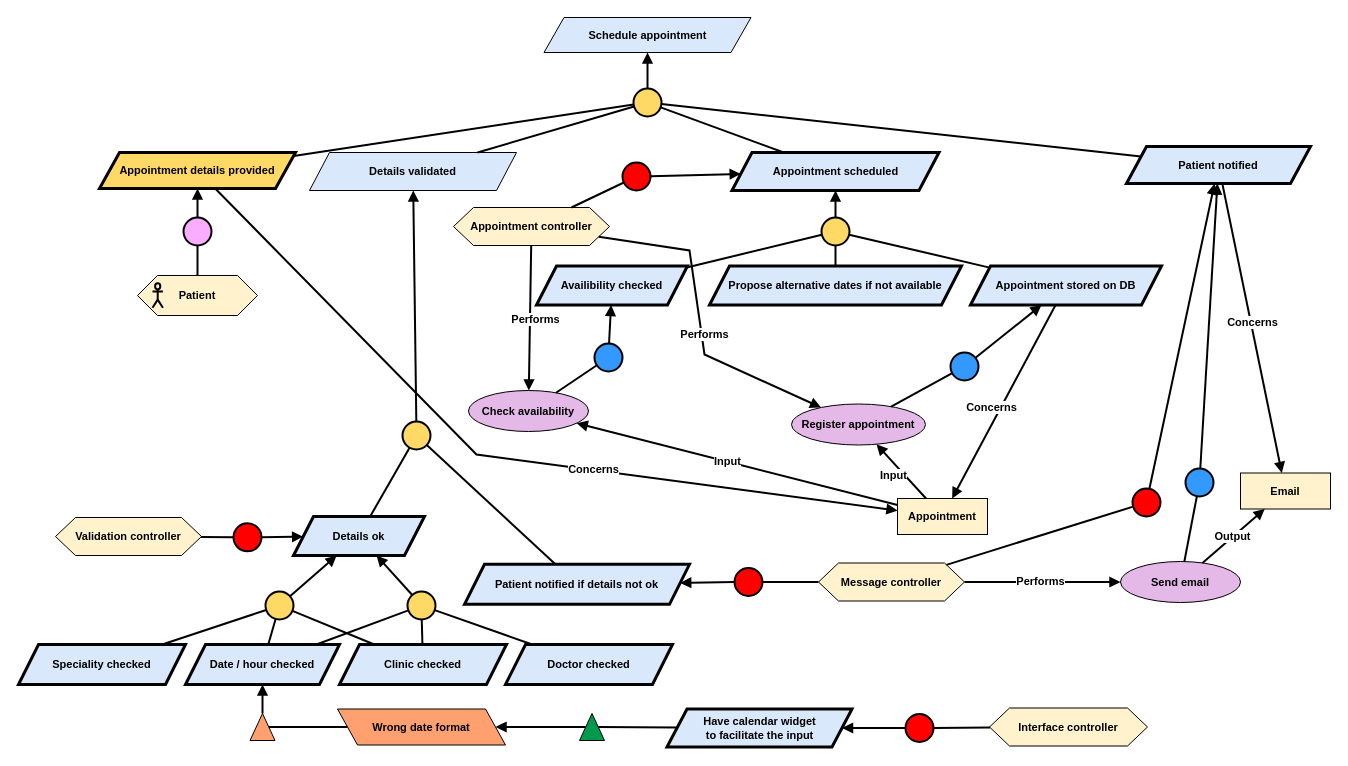
Before: Kaos/KAOS 3.drawio in RafaelCMira/myclinic-msp-project, a draw.io diagram. Source tidied: cells renumbered, new cells numbered last; positions are measured from the earlier drawing's top-left corner, leaving out a move shared by most shapes. Both pictures are drawn from the tidied source at 100%, with x=0, y=0 at pixel (18, 17).
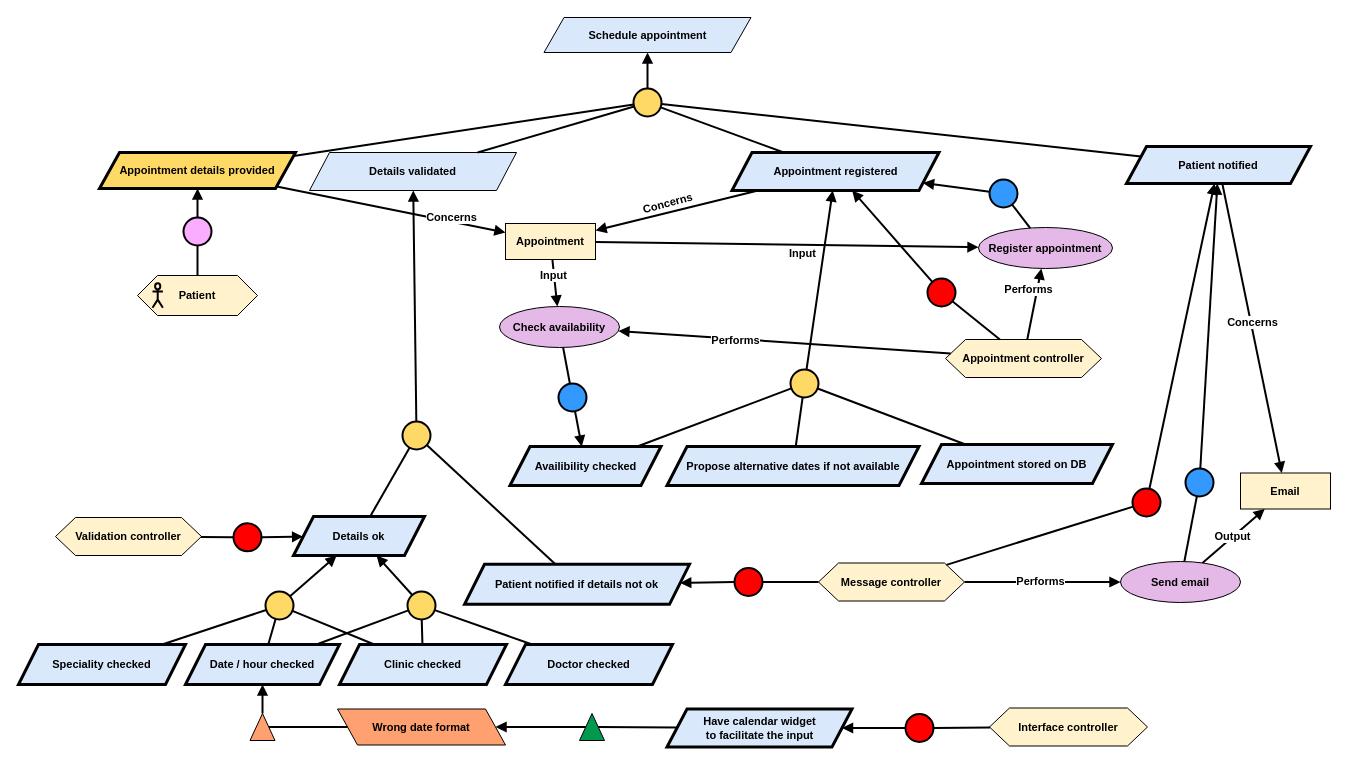
Above is the later version.

The change refers to these unchanged cells:
```xml
<mxCell id="15" value="&lt;b&gt;Appointment details provided&lt;/b&gt;" style="shape=parallelogram;perimeter=parallelogramPerimeter;whiteSpace=wrap;html=1;fixedSize=1;fillColor=#FFD966;strokeColor=#000000;strokeWidth=3;fontFamily=Helvetica;fontSize=11;fontColor=default;labelBackgroundColor=none;" parent="1" vertex="1">
  <mxGeometry x="81" y="135" width="196" height="36" as="geometry" />
</mxCell>
<mxCell id="69" style="endArrow=block;html=1;rounded=0;endFill=1;strokeWidth=2;" parent="1" edge="1" source="54" target="68">
  <mxGeometry relative="1" as="geometry" />
</mxCell>
<mxCell id="72" style="endArrow=block;html=1;rounded=0;endFill=1;strokeWidth=2;" parent="1" edge="1" source="71" target="68">
  <mxGeometry relative="1" as="geometry" />
</mxCell>
```

What changed in the source:
```diff
@@
-    <mxCell id="49" value="&lt;b&gt;Appointment scheduled&lt;/b&gt;" style="shape=parallelogram;perimeter=parallelogramPerimeter;whiteSpace=wrap;html=1;fixedSize=1;fillColor=#dae8fc;strokeColor=#000000;fontFamily=Helvetica;fontSize=11;fontColor=default;labelBackgroundColor=none;strokeWidth=3;" parent="1" vertex="1">
+    <mxCell id="49" value="&lt;b&gt;Appointment registered&lt;/b&gt;" style="shape=parallelogram;perimeter=parallelogramPerimeter;whiteSpace=wrap;html=1;fixedSize=1;fillColor=#dae8fc;strokeColor=#000000;fontFamily=Helvetica;fontSize=11;fontColor=default;labelBackgroundColor=none;strokeWidth=3;" parent="1" vertex="1">
       <mxGeometry x="713.5" y="135" width="207" height="38" as="geometry" />
     </mxCell>
     <mxCell id="50" value="&lt;b&gt;Availibility checked&lt;/b&gt;" style="shape=parallelogram;perimeter=parallelogramPerimeter;whiteSpace=wrap;html=1;fixedSize=1;fillColor=#dae8fc;strokeColor=#000000;strokeWidth=3;fontFamily=Helvetica;fontSize=11;fontColor=default;labelBackgroundColor=none;" parent="1" vertex="1">
-      <mxGeometry x="518" y="248.5" width="151" height="39" as="geometry" />
+      <mxGeometry x="491.5" y="429" width="151" height="39" as="geometry" />
     </mxCell>
     <mxCell id="51" style="ellipse;whiteSpace=wrap;html=1;fillColor=#FFD966;strokeWidth=2;" parent="1" vertex="1">
-      <mxGeometry x="803" y="200" width="28" height="28" as="geometry" />
+      <mxGeometry x="772" y="352" width="28" height="28" as="geometry" />
     </mxCell>
@@
     <mxCell id="54" value="&lt;div&gt;&lt;b&gt;Appointment controller&lt;/b&gt;&lt;/div&gt;" style="shape=hexagon;perimeter=hexagonPerimeter2;whiteSpace=wrap;html=1;fixedSize=1;fillColor=#FFF2CC;fontFamily=Helvetica;fontSize=11;fontColor=default;labelBackgroundColor=none;" parent="1" vertex="1">
-      <mxGeometry x="435" y="190" width="156" height="38" as="geometry" />
+      <mxGeometry x="927" y="322" width="156" height="38" as="geometry" />
     </mxCell>
     <mxCell id="55" value="&lt;b&gt;Appointment stored on DB&lt;/b&gt;" style="shape=parallelogram;perimeter=parallelogramPerimeter;whiteSpace=wrap;html=1;fixedSize=1;fillColor=#dae8fc;strokeColor=#000000;strokeWidth=3;fontFamily=Helvetica;fontSize=11;fontColor=default;labelBackgroundColor=none;" parent="1" vertex="1">
-      <mxGeometry x="952" y="248.5" width="191" height="39" as="geometry" />
+      <mxGeometry x="903" y="427" width="191" height="39" as="geometry" />
     </mxCell>
@@
     <mxCell id="60" value="&lt;b&gt;Propose alternative dates if not available&lt;/b&gt;" style="shape=parallelogram;perimeter=parallelogramPerimeter;whiteSpace=wrap;html=1;fixedSize=1;fillColor=#dae8fc;strokeColor=#000000;strokeWidth=3;fontFamily=Helvetica;fontSize=11;fontColor=default;labelBackgroundColor=none;" parent="1" vertex="1">
-      <mxGeometry x="691" y="248.5" width="252" height="39" as="geometry" />
+      <mxGeometry x="648.5" y="429" width="252" height="39" as="geometry" />
     </mxCell>
@@
     <mxCell id="65" style="ellipse;whiteSpace=wrap;html=1;fillColor=#FF0000;strokeWidth=2;" parent="1" vertex="1">
-      <mxGeometry x="604" y="145" width="28" height="28" as="geometry" />
+      <mxGeometry x="909" y="261" width="28" height="28" as="geometry" />
     </mxCell>
@@
     <mxCell id="68" value="&lt;b&gt;Check availability&lt;/b&gt;" style="ellipse;whiteSpace=wrap;html=1;fillColor=#E4B9E7;strokeColor=#000000;fontFamily=Helvetica;fontSize=11;fontColor=default;labelBackgroundColor=none;" parent="1" vertex="1">
-      <mxGeometry x="450" y="373" width="120" height="41" as="geometry" />
+      <mxGeometry x="481" y="289" width="120" height="41" as="geometry" />
     </mxCell>
@@
     <mxCell id="70" value="&lt;b&gt;Performs&lt;/b&gt;" style="edgeLabel;html=1;align=center;verticalAlign=middle;" parent="69" vertex="1">
       <mxGeometry x="0.11" y="-1" relative="1" as="geometry">
-        <mxPoint x="6" y="-6" as="offset" />
+        <mxPoint x="-31" as="offset" />
       </mxGeometry>
     </mxCell>
     <mxCell id="71" value="&lt;b&gt;Appointment&lt;/b&gt;" style="rounded=0;whiteSpace=wrap;html=1;fillColor=#FFF2CC;fontFamily=Helvetica;fontSize=11;fontColor=default;labelBackgroundColor=none;" parent="1" vertex="1">
-      <mxGeometry x="879" y="481" width="90" height="36" as="geometry" />
+      <mxGeometry x="487" y="206" width="90" height="36" as="geometry" />
     </mxCell>
@@
     <mxCell id="73" value="&lt;b&gt;Input&lt;/b&gt;" style="edgeLabel;html=1;align=center;verticalAlign=middle;" parent="72" vertex="1">
       <mxGeometry x="0.11" y="-1" relative="1" as="geometry">
-        <mxPoint x="8" y="2" as="offset" />
+        <mxPoint x="-1" y="-10" as="offset" />
       </mxGeometry>
     </mxCell>
     <mxCell id="74" style="endArrow=block;html=1;rounded=0;endFill=1;strokeWidth=2;" parent="1" edge="1" source="15" target="71">
-      <mxGeometry relative="1" as="geometry">
-        <Array as="points">
-          <mxPoint x="458" y="437" />
-        </Array>
-      </mxGeometry>
+      <mxGeometry relative="1" as="geometry" />
     </mxCell>
@@
     <mxCell id="76" style="ellipse;whiteSpace=wrap;html=1;fillColor=#3399FF;strokeWidth=2;" parent="1" vertex="1">
-      <mxGeometry x="576" y="326" width="28" height="28" as="geometry" />
+      <mxGeometry x="540" y="366" width="28" height="28" as="geometry" />
     </mxCell>
@@
-    <mxCell id="96" style="endArrow=block;html=1;rounded=0;endFill=1;strokeWidth=2;" parent="1" edge="1" source="55" target="71">
+    <mxCell id="96" style="endArrow=block;html=1;rounded=0;endFill=1;strokeWidth=2;" parent="1" edge="1" source="49" target="71">
       <mxGeometry relative="1" as="geometry" />
     </mxCell>
-    <mxCell id="97" value="&lt;b&gt;Concerns&lt;/b&gt;" style="edgeLabel;html=1;align=center;verticalAlign=middle;" parent="96" vertex="1">
+    <mxCell id="97" value="&lt;b&gt;Concerns&lt;/b&gt;" style="edgeLabel;html=1;align=center;verticalAlign=middle;rotation=-15;" parent="96" vertex="1">
       <mxGeometry x="0.11" y="-1" relative="1" as="geometry">
-        <mxPoint x="-6" y="-5" as="offset" />
+        <mxPoint x="-1" y="-9" as="offset" />
       </mxGeometry>
     </mxCell>
     <mxCell id="98" value="&lt;b&gt;Register appointment&lt;/b&gt;" style="ellipse;whiteSpace=wrap;html=1;fillColor=#E4B9E7;strokeColor=#000000;fontFamily=Helvetica;fontSize=11;fontColor=default;labelBackgroundColor=none;" parent="1" vertex="1">
-      <mxGeometry x="773" y="386.5" width="134" height="41" as="geometry" />
+      <mxGeometry x="960" y="210" width="134" height="41" as="geometry" />
     </mxCell>
     <mxCell id="99" style="ellipse;whiteSpace=wrap;html=1;fillColor=#3399FF;strokeWidth=2;" parent="1" vertex="1">
-      <mxGeometry x="932" y="335" width="28" height="28" as="geometry" />
+      <mxGeometry x="971" y="162" width="28" height="28" as="geometry" />
     </mxCell>
-    <mxCell id="100" style="endArrow=block;html=1;rounded=0;endFill=1;strokeWidth=2;" parent="1" edge="1" source="99" target="55">
+    <mxCell id="100" style="endArrow=block;html=1;rounded=0;endFill=1;strokeWidth=2;" parent="1" edge="1" source="99" target="49">
       <mxGeometry relative="1" as="geometry" />
     </mxCell>
@@
     <mxCell id="104" style="endArrow=block;html=1;rounded=0;endFill=1;strokeWidth=2;" parent="1" edge="1" source="54" target="98">
-      <mxGeometry relative="1" as="geometry">
-        <Array as="points">
-          <mxPoint x="671" y="233" />
-          <mxPoint x="686" y="337" />
-        </Array>
-      </mxGeometry>
+      <mxGeometry relative="1" as="geometry" />
     </mxCell>
     <mxCell id="105" value="&lt;b&gt;Performs&lt;/b&gt;" style="edgeLabel;html=1;align=center;verticalAlign=middle;" parent="104" vertex="1">
       <mxGeometry x="0.11" y="-1" relative="1" as="geometry">
-        <mxPoint x="3" y="-4" as="offset" />
+        <mxPoint x="-8" y="-11" as="offset" />
       </mxGeometry>
     </mxCell>
```
